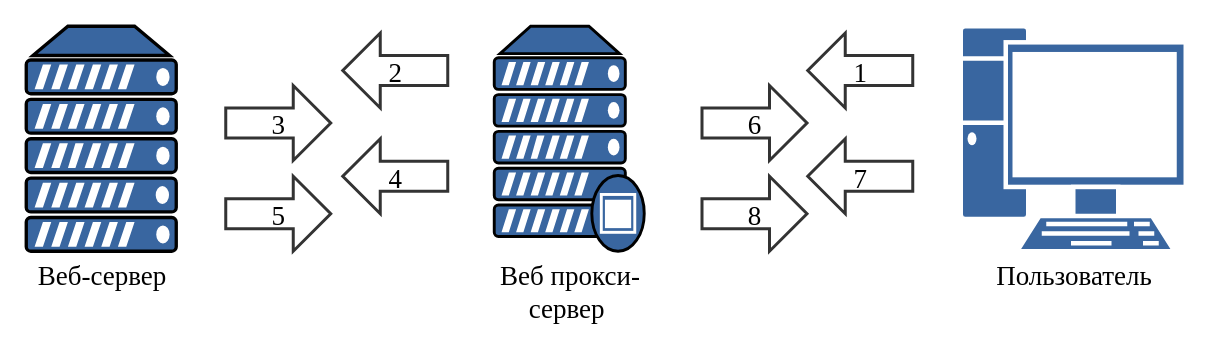
The draw.io diagram itnt/files/2.drawio in BizinMitya/WebFilter, before the edit. Source tidied: cells renumbered, new cells numbered last; positions are measured from the earlier drawing's top-left corner, leaving out a move shared by most shapes. Both pictures are drawn from the tidied source at 150%, with x=0, y=0 at pixel (26, 26).
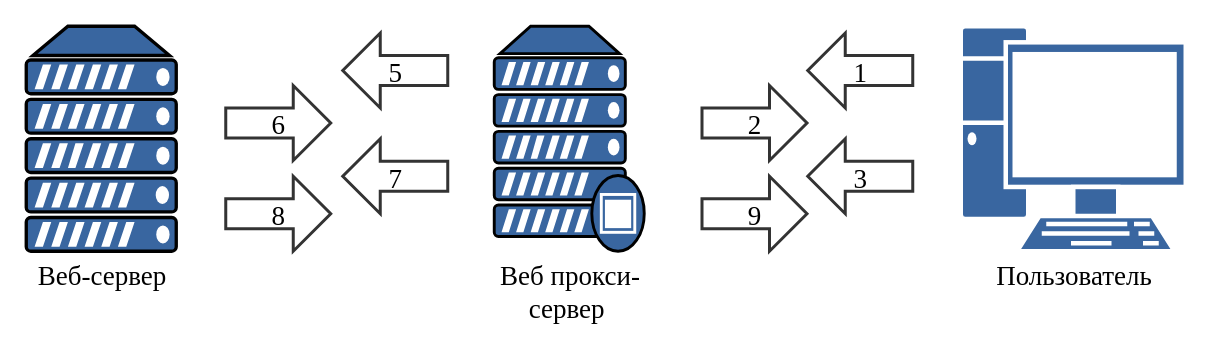
After the change.

The edit, as a diff of the source:
```diff
@@
 <mxGraphModel background="#FFFFFF">
   <root>
     <mxCell id="0" />
     <mxCell id="1" parent="0" />
     <mxCell id="2" value="Веб-сервер" style="shape=mxgraph.networks.server;shadow=0;strokeWidth=1;fillColor=#3966A0;strokeColor=#000000;opacity=100.0;nl2Br=0;verticalLabelPosition=bottom;verticalAlign=top;align=center;spacingLeft=2.0;spacingRight=0;gliffyId=2;whiteSpace=wrap;fontSize=18;fontFamily=Times New Roman;html=1;" parent="1" vertex="1">
       <mxGeometry width="100" height="150" as="geometry" />
     </mxCell>
     <mxCell id="3" value="Веб прокси-сервер&amp;nbsp;" style="shape=mxgraph.networks.proxy_server;shadow=0;strokeWidth=1;fillColor=#3966A0;strokeColor=#000000;opacity=100.0;nl2Br=0;verticalLabelPosition=bottom;verticalAlign=top;align=center;spacingLeft=2.0;spacingRight=0;gliffyId=5;whiteSpace=wrap;fontFamily=Times New Roman;fontSize=18;labelPosition=center;html=1;" parent="1" vertex="1">
       <mxGeometry x="312" width="100" height="150" as="geometry" />
     </mxCell>
     <mxCell id="4" value="Пользователь" style="shape=mxgraph.networks.pc;strokeColor=#ffffff;shadow=0;strokeWidth=1;fillColor=#3966A0;opacity=100.0;nl2Br=0;verticalLabelPosition=bottom;verticalAlign=top;align=center;spacingLeft=2.0;spacingRight=0;gliffyId=7;whiteSpace=wrap;fontFamily=Times New Roman;fontSize=18;" parent="1" vertex="1">
       <mxGeometry x="623" width="150" height="150" as="geometry" />
     </mxCell>
     <mxCell id="5" value="1" style="shape=mxgraph.arrows2.arrow;dy=0.6;dx=25;flipH=1;notch=0;shadow=0;strokeWidth=2;fillColor=#FFFFFF;strokeColor=#333333;opacity=100.0;nl2Br=0;verticalAlign=middle;align=center;spacingLeft=7.66;spacingRight=6;gliffyId=19;fontFamily=Times New Roman;fontSize=18;" parent="1" vertex="1">
       <mxGeometry x="521" y="4.5" width="70" height="50" as="geometry" />
     </mxCell>
-    <mxCell id="6" value="2" style="shape=mxgraph.arrows2.arrow;dy=0.6;dx=25;flipH=1;notch=0;shadow=0;strokeWidth=2;fillColor=#FFFFFF;strokeColor=#333333;opacity=100.0;nl2Br=0;verticalAlign=middle;align=center;spacingLeft=7.66;spacingRight=6;gliffyId=21;fontSize=18;fontFamily=Times New Roman;" parent="1" vertex="1">
+    <mxCell id="6" value="5" style="shape=mxgraph.arrows2.arrow;dy=0.6;dx=25;flipH=1;notch=0;shadow=0;strokeWidth=2;fillColor=#FFFFFF;strokeColor=#333333;opacity=100.0;nl2Br=0;verticalAlign=middle;align=center;spacingLeft=7.66;spacingRight=6;gliffyId=21;fontSize=18;fontFamily=Times New Roman;" parent="1" vertex="1">
       <mxGeometry x="211" y="4.5" width="70" height="50" as="geometry" />
     </mxCell>
-    <mxCell id="7" value="3" style="shape=mxgraph.arrows2.arrow;dy=0.6;dx=25;notch=0;shadow=0;strokeWidth=2;fillColor=#FFFFFF;strokeColor=#333333;opacity=100.0;nl2Br=0;verticalAlign=middle;align=center;spacingLeft=7.66;spacingRight=6;gliffyId=23;fontSize=18;fontFamily=Times New Roman;" parent="1" vertex="1">
+    <mxCell id="7" value="6" style="shape=mxgraph.arrows2.arrow;dy=0.6;dx=25;notch=0;shadow=0;strokeWidth=2;fillColor=#FFFFFF;strokeColor=#333333;opacity=100.0;nl2Br=0;verticalAlign=middle;align=center;spacingLeft=7.66;spacingRight=6;gliffyId=23;fontSize=18;fontFamily=Times New Roman;" parent="1" vertex="1">
       <mxGeometry x="133" y="39.5" width="70" height="50" as="geometry" />
     </mxCell>
-    <mxCell id="8" value="4" style="shape=mxgraph.arrows2.arrow;dy=0.6;dx=25;flipH=1;notch=0;shadow=0;strokeWidth=2;fillColor=#FFFFFF;strokeColor=#333333;opacity=100.0;nl2Br=0;verticalAlign=middle;align=center;spacingLeft=7.66;spacingRight=6;gliffyId=25;fontSize=18;fontFamily=Times New Roman;" parent="1" vertex="1">
+    <mxCell id="8" value="7" style="shape=mxgraph.arrows2.arrow;dy=0.6;dx=25;flipH=1;notch=0;shadow=0;strokeWidth=2;fillColor=#FFFFFF;strokeColor=#333333;opacity=100.0;nl2Br=0;verticalAlign=middle;align=center;spacingLeft=7.66;spacingRight=6;gliffyId=25;fontSize=18;fontFamily=Times New Roman;" parent="1" vertex="1">
       <mxGeometry x="211" y="75" width="70" height="50" as="geometry" />
     </mxCell>
-    <mxCell id="9" value="5" style="shape=mxgraph.arrows2.arrow;dy=0.6;dx=25;notch=0;shadow=0;strokeWidth=2;fillColor=#FFFFFF;strokeColor=#333333;opacity=100.0;nl2Br=0;verticalAlign=middle;align=center;spacingLeft=7.66;spacingRight=6;gliffyId=27;fontFamily=Times New Roman;fontSize=18;" parent="1" vertex="1">
+    <mxCell id="9" value="8" style="shape=mxgraph.arrows2.arrow;dy=0.6;dx=25;notch=0;shadow=0;strokeWidth=2;fillColor=#FFFFFF;strokeColor=#333333;opacity=100.0;nl2Br=0;verticalAlign=middle;align=center;spacingLeft=7.66;spacingRight=6;gliffyId=27;fontFamily=Times New Roman;fontSize=18;" parent="1" vertex="1">
       <mxGeometry x="133" y="100" width="70" height="50" as="geometry" />
     </mxCell>
-    <mxCell id="10" value="6" style="shape=mxgraph.arrows2.arrow;dy=0.6;dx=25;notch=0;shadow=0;strokeWidth=2;fillColor=#FFFFFF;strokeColor=#333333;opacity=100.0;nl2Br=0;verticalAlign=middle;align=center;spacingLeft=7.66;spacingRight=6;gliffyId=29;fontFamily=Times New Roman;fontSize=18;" parent="1" vertex="1">
+    <mxCell id="10" value="2" style="shape=mxgraph.arrows2.arrow;dy=0.6;dx=25;notch=0;shadow=0;strokeWidth=2;fillColor=#FFFFFF;strokeColor=#333333;opacity=100.0;nl2Br=0;verticalAlign=middle;align=center;spacingLeft=7.66;spacingRight=6;gliffyId=29;fontFamily=Times New Roman;fontSize=18;" parent="1" vertex="1">
       <mxGeometry x="450.5" y="39.5" width="70" height="50" as="geometry" />
     </mxCell>
-    <mxCell id="11" value="7" style="shape=mxgraph.arrows2.arrow;dy=0.6;dx=25;flipH=1;notch=0;shadow=0;strokeWidth=2;fillColor=#FFFFFF;strokeColor=#333333;opacity=100.0;nl2Br=0;verticalAlign=middle;align=center;spacingLeft=7.66;spacingRight=6;gliffyId=31;fontFamily=Times New Roman;fontSize=18;" parent="1" vertex="1">
+    <mxCell id="11" value="3" style="shape=mxgraph.arrows2.arrow;dy=0.6;dx=25;flipH=1;notch=0;shadow=0;strokeWidth=2;fillColor=#FFFFFF;strokeColor=#333333;opacity=100.0;nl2Br=0;verticalAlign=middle;align=center;spacingLeft=7.66;spacingRight=6;gliffyId=31;fontFamily=Times New Roman;fontSize=18;" parent="1" vertex="1">
       <mxGeometry x="521" y="75" width="70" height="50" as="geometry" />
     </mxCell>
-    <mxCell id="12" value="8" style="shape=mxgraph.arrows2.arrow;dy=0.6;dx=25;notch=0;shadow=0;strokeWidth=2;fillColor=#FFFFFF;strokeColor=#333333;opacity=100.0;nl2Br=0;verticalAlign=middle;align=center;spacingLeft=7.66;spacingRight=6;gliffyId=33;fontFamily=Times New Roman;fontSize=18;" parent="1" vertex="1">
+    <mxCell id="12" value="9" style="shape=mxgraph.arrows2.arrow;dy=0.6;dx=25;notch=0;shadow=0;strokeWidth=2;fillColor=#FFFFFF;strokeColor=#333333;opacity=100.0;nl2Br=0;verticalAlign=middle;align=center;spacingLeft=7.66;spacingRight=6;gliffyId=33;fontFamily=Times New Roman;fontSize=18;" parent="1" vertex="1">
       <mxGeometry x="450.5" y="100" width="70" height="50" as="geometry" />
     </mxCell>
   </root>
 </mxGraphModel>
```
